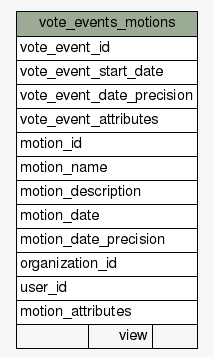
Above: api/schema/diagrams/summary/vote_events_motions.1degree.png in michalskop/hlasovali.cz (Graphviz), before the change. Its source is kept beside it as api/schema/diagrams/summary/vote_events_motions.1degree.dot. Source of this version:
```dot
digraph "vote_events_motions" {
  graph [
    rankdir="RL"
    bgcolor="#f7f7f7"
    nodesep="0.18"
    ranksep="0.46"
    fontname="Helvetica"
    fontsize="11"
  ];
  node [
    fontname="Helvetica"
    fontsize="11"
    shape="plaintext"
  ];
  edge [
    arrowsize="0.8"
  ];
  "vote_events_motions" [
    label=<
    <TABLE BORDER="0" CELLBORDER="1" CELLSPACING="0" BGCOLOR="#ffffff">
      <TR><TD COLSPAN="3" BGCOLOR="#9bab96" ALIGN="CENTER">vote_events_motions</TD></TR>
      <TR><TD PORT="vote_event_id" COLSPAN="3" ALIGN="LEFT">vote_event_id</TD></TR>
      <TR><TD PORT="vote_event_start_date" COLSPAN="3" ALIGN="LEFT">vote_event_start_date</TD></TR>
      <TR><TD PORT="vote_event_date_precision" COLSPAN="3" ALIGN="LEFT">vote_event_date_precision</TD></TR>
      <TR><TD PORT="vote_event_attributes" COLSPAN="3" ALIGN="LEFT">vote_event_attributes</TD></TR>
      <TR><TD PORT="motion_id" COLSPAN="3" ALIGN="LEFT">motion_id</TD></TR>
      <TR><TD PORT="motion_name" COLSPAN="3" ALIGN="LEFT">motion_name</TD></TR>
      <TR><TD PORT="motion_description" COLSPAN="3" ALIGN="LEFT">motion_description</TD></TR>
      <TR><TD PORT="motion_date" COLSPAN="3" ALIGN="LEFT">motion_date</TD></TR>
      <TR><TD PORT="motion_date_precision" COLSPAN="3" ALIGN="LEFT">motion_date_precision</TD></TR>
      <TR><TD PORT="organization_id" COLSPAN="3" ALIGN="LEFT">organization_id</TD></TR>
      <TR><TD PORT="user_id" COLSPAN="3" ALIGN="LEFT">user_id</TD></TR>
      <TR><TD PORT="motion_attributes" COLSPAN="3" ALIGN="LEFT">motion_attributes</TD></TR>
      <TR><TD ALIGN="LEFT" BGCOLOR="#f7f7f7">  </TD><TD ALIGN="RIGHT" BGCOLOR="#f7f7f7">view</TD><TD ALIGN="RIGHT" BGCOLOR="#f7f7f7">  </TD></TR>
    </TABLE>>
    URL="tables/vote_events_motions.html"
    tooltip="vote_events_motions"
  ];
}
```
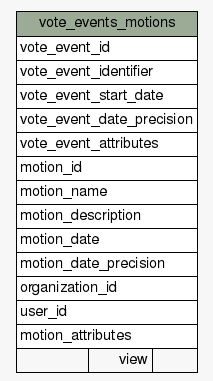
The same file after the commit.

Change to the diagram source:
```diff
@@ -20,6 +20,7 @@
     <TABLE BORDER="0" CELLBORDER="1" CELLSPACING="0" BGCOLOR="#ffffff">
       <TR><TD COLSPAN="3" BGCOLOR="#9bab96" ALIGN="CENTER">vote_events_motions</TD></TR>
       <TR><TD PORT="vote_event_id" COLSPAN="3" ALIGN="LEFT">vote_event_id</TD></TR>
+      <TR><TD PORT="vote_event_identifier" COLSPAN="3" ALIGN="LEFT">vote_event_identifier</TD></TR>
       <TR><TD PORT="vote_event_start_date" COLSPAN="3" ALIGN="LEFT">vote_event_start_date</TD></TR>
       <TR><TD PORT="vote_event_date_precision" COLSPAN="3" ALIGN="LEFT">vote_event_date_precision</TD></TR>
       <TR><TD PORT="vote_event_attributes" COLSPAN="3" ALIGN="LEFT">vote_event_attributes</TD></TR>
```
